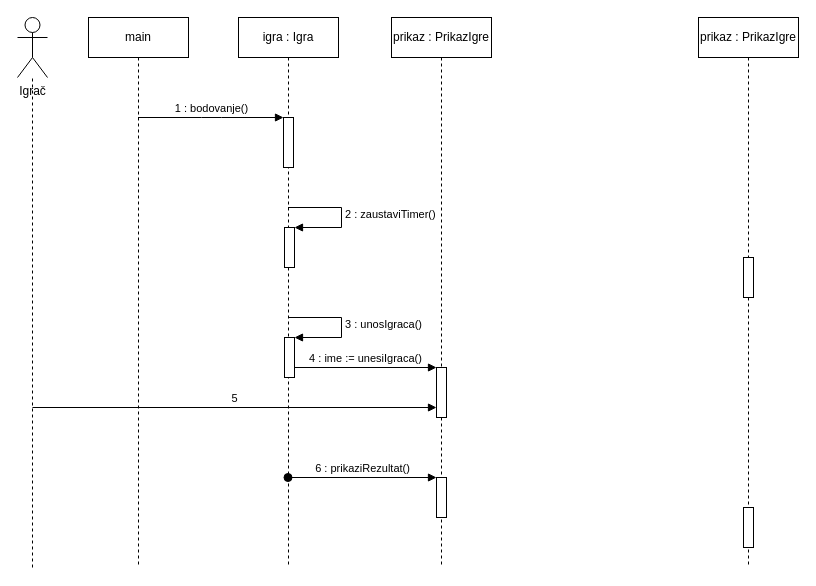
Before: page "dijagramSlijedaBodovanja" (11 of 11) of dijagram.drawio in mmravak/Sliding-puzzle, a draw.io diagram. Source tidied: cells renumbered, new cells numbered last; positions are measured from the earlier drawing's top-left corner, leaving out a move shared by most shapes. Both pictures are drawn from the tidied source at 100%, with x=0, y=0 at pixel (17, 17).
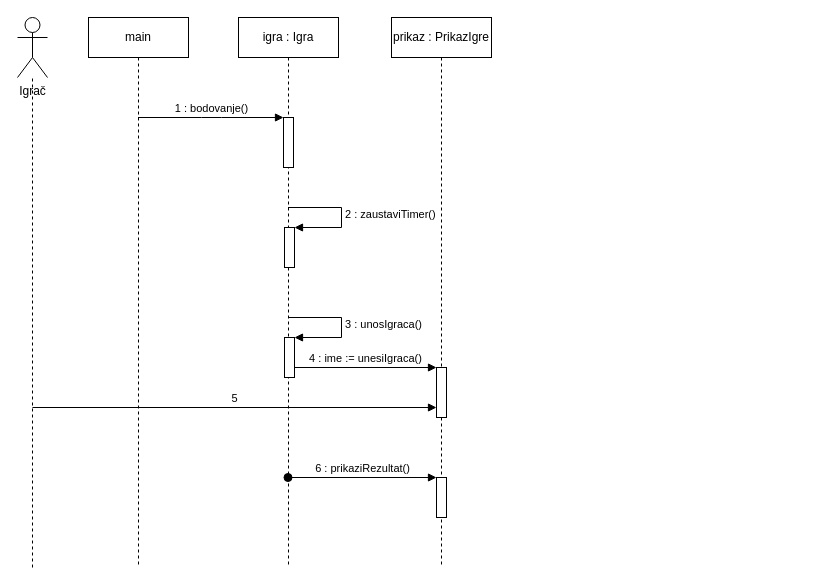
Above is the later version.

Diff of the diagram source:
```diff
@@
-    <mxCell id="12" value="prikaz : PrikazIgre" style="shape=umlLifeline;perimeter=lifelinePerimeter;whiteSpace=wrap;html=1;" parent="1" vertex="1">
-      <mxGeometry x="681" width="100" height="550" as="geometry" />
-    </mxCell>
-    <mxCell id="13" style="html=1;perimeter=orthogonalPerimeter;" parent="12" vertex="1">
-      <mxGeometry x="45" y="240" width="10" height="40" as="geometry" />
-    </mxCell>
-    <mxCell id="14" style="html=1;perimeter=orthogonalPerimeter;" parent="12" vertex="1">
-      <mxGeometry x="45" y="490" width="10" height="40" as="geometry" />
-    </mxCell>
```
